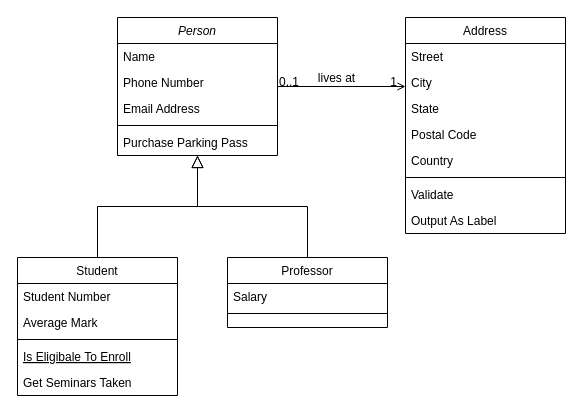
This is material/class_diagram.drawio from RuhollahSeka/TA_System, a draw.io file, before an edit. Source tidied: cells renumbered, new cells numbered last; positions are measured from the earlier drawing's top-left corner, leaving out a move shared by most shapes. Both pictures are drawn from the tidied source at 100%, with x=0, y=0 at pixel (17, 17).
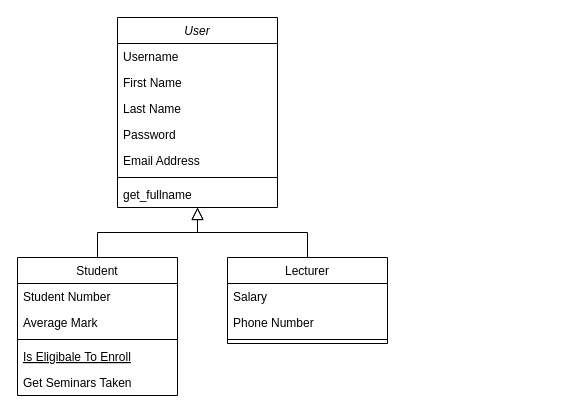
Above is the later version.

What changed in the source:
```diff
@@
-    <mxCell id="2" value="Person" style="swimlane;fontStyle=2;align=center;verticalAlign=top;horizontal=1;startSize=26;rounded=0;shadow=0;strokeWidth=1;" parent="1" vertex="1">
-      <mxGeometry x="100" width="160" height="138" as="geometry" />
+    <mxCell id="2" value="User" style="swimlane;fontStyle=2;align=center;verticalAlign=top;horizontal=1;startSize=26;rounded=0;shadow=0;strokeWidth=1;" parent="1" vertex="1">
+      <mxGeometry x="100" width="160" height="190" as="geometry" />
     </mxCell>
+    <mxCell id="32" value="Username" style="text;align=left;verticalAlign=top;spacingLeft=4;spacingRight=4;overflow=hidden;" parent="2" vertex="1">
+      <mxGeometry y="26" width="160" height="26" as="geometry" />
+    </mxCell>
-    <mxCell id="3" value="Name" style="text;align=left;verticalAlign=top;spacingLeft=4;spacingRight=4;overflow=hidden;" parent="2" vertex="1">
-      <mxGeometry y="26" width="160" height="26" as="geometry" />
+    <mxCell id="3" value="First Name" style="text;align=left;verticalAlign=top;spacingLeft=4;spacingRight=4;overflow=hidden;" parent="2" vertex="1">
+      <mxGeometry y="52" width="160" height="26" as="geometry" />
     </mxCell>
-    <mxCell id="4" value="Phone Number" style="text;align=left;verticalAlign=top;spacingLeft=4;spacingRight=4;overflow=hidden;rounded=0;shadow=0;html=0;" parent="2" vertex="1">
-      <mxGeometry y="52" width="160" height="26" as="geometry" />
-    </mxCell>
+    <mxCell id="33" value="Last Name" style="text;align=left;verticalAlign=top;spacingLeft=4;spacingRight=4;overflow=hidden;" parent="2" vertex="1">
+      <mxGeometry y="78" width="160" height="26" as="geometry" />
+    </mxCell>
+    <mxCell id="34" value="Password" style="text;align=left;verticalAlign=top;spacingLeft=4;spacingRight=4;overflow=hidden;rounded=0;shadow=0;html=0;" parent="2" vertex="1">
+      <mxGeometry y="104" width="160" height="26" as="geometry" />
+    </mxCell>
     <mxCell id="5" value="Email Address" style="text;align=left;verticalAlign=top;spacingLeft=4;spacingRight=4;overflow=hidden;rounded=0;shadow=0;html=0;" parent="2" vertex="1">
-      <mxGeometry y="78" width="160" height="26" as="geometry" />
+      <mxGeometry y="130" width="160" height="26" as="geometry" />
     </mxCell>
     <mxCell id="6" style="line;html=1;strokeWidth=1;align=left;verticalAlign=middle;spacingTop=-1;spacingLeft=3;spacingRight=3;labelPosition=right;" parent="2" vertex="1">
-      <mxGeometry y="104" width="160" height="8" as="geometry" />
+      <mxGeometry y="156" width="160" height="8" as="geometry" />
     </mxCell>
-    <mxCell id="7" value="Purchase Parking Pass" style="text;align=left;verticalAlign=top;spacingLeft=4;spacingRight=4;overflow=hidden;" parent="2" vertex="1">
-      <mxGeometry y="112" width="160" height="26" as="geometry" />
+    <mxCell id="7" value="get_fullname" style="text;align=left;verticalAlign=top;spacingLeft=4;spacingRight=4;overflow=hidden;" parent="2" vertex="1">
+      <mxGeometry y="164" width="160" height="26" as="geometry" />
     </mxCell>
@@
-    <mxCell id="15" value="Professor" style="swimlane;fontStyle=0;align=center;verticalAlign=top;horizontal=1;startSize=26;rounded=0;shadow=0;strokeWidth=1;" parent="1" vertex="1">
-      <mxGeometry x="210" y="240" width="160" height="70" as="geometry" />
+    <mxCell id="15" value="Lecturer" style="swimlane;fontStyle=0;align=center;verticalAlign=top;horizontal=1;startSize=26;rounded=0;shadow=0;strokeWidth=1;" parent="1" vertex="1">
+      <mxGeometry x="210" y="240" width="160" height="86" as="geometry" />
     </mxCell>
@@
+    <mxCell id="4" value="Phone Number" style="text;align=left;verticalAlign=top;spacingLeft=4;spacingRight=4;overflow=hidden;rounded=0;shadow=0;html=0;" parent="15" vertex="1">
+      <mxGeometry y="52" width="160" height="26" as="geometry" />
+    </mxCell>
     <mxCell id="17" style="line;html=1;strokeWidth=1;align=left;verticalAlign=middle;spacingTop=-1;spacingLeft=3;spacingRight=3;labelPosition=right;" parent="15" vertex="1">
-      <mxGeometry y="52" width="160" height="8" as="geometry" />
+      <mxGeometry y="78" width="160" height="8" as="geometry" />
     </mxCell>
@@
-    <mxCell id="19" value="Address" style="swimlane;fontStyle=0;align=center;verticalAlign=top;horizontal=1;startSize=26;rounded=0;shadow=0;strokeWidth=1;" parent="1" vertex="1">
-      <mxGeometry x="388" width="160" height="216" as="geometry" />
-    </mxCell>
-    <mxCell id="20" value="Street" style="text;align=left;verticalAlign=top;spacingLeft=4;spacingRight=4;overflow=hidden;" parent="19" vertex="1">
-      <mxGeometry y="26" width="160" height="26" as="geometry" />
-    </mxCell>
-    <mxCell id="21" value="City" style="text;align=left;verticalAlign=top;spacingLeft=4;spacingRight=4;overflow=hidden;rounded=0;shadow=0;html=0;" parent="19" vertex="1">
-      <mxGeometry y="52" width="160" height="26" as="geometry" />
-    </mxCell>
-    <mxCell id="22" value="State" style="text;align=left;verticalAlign=top;spacingLeft=4;spacingRight=4;overflow=hidden;rounded=0;shadow=0;html=0;" parent="19" vertex="1">
-      <mxGeometry y="78" width="160" height="26" as="geometry" />
-    </mxCell>
-    <mxCell id="23" value="Postal Code" style="text;align=left;verticalAlign=top;spacingLeft=4;spacingRight=4;overflow=hidden;rounded=0;shadow=0;html=0;" parent="19" vertex="1">
-      <mxGeometry y="104" width="160" height="26" as="geometry" />
-    </mxCell>
-    <mxCell id="24" value="Country" style="text;align=left;verticalAlign=top;spacingLeft=4;spacingRight=4;overflow=hidden;rounded=0;shadow=0;html=0;" parent="19" vertex="1">
-      <mxGeometry y="130" width="160" height="26" as="geometry" />
-    </mxCell>
-    <mxCell id="25" style="line;html=1;strokeWidth=1;align=left;verticalAlign=middle;spacingTop=-1;spacingLeft=3;spacingRight=3;labelPosition=right;" parent="19" vertex="1">
-      <mxGeometry y="156" width="160" height="8" as="geometry" />
-    </mxCell>
-    <mxCell id="26" value="Validate" style="text;align=left;verticalAlign=top;spacingLeft=4;spacingRight=4;overflow=hidden;" parent="19" vertex="1">
-      <mxGeometry y="164" width="160" height="26" as="geometry" />
-    </mxCell>
-    <mxCell id="27" value="Output As Label" style="text;align=left;verticalAlign=top;spacingLeft=4;spacingRight=4;overflow=hidden;" parent="19" vertex="1">
-      <mxGeometry y="190" width="160" height="26" as="geometry" />
-    </mxCell>
-    <mxCell id="28" style="endArrow=open;shadow=0;strokeWidth=1;rounded=0;endFill=1;edgeStyle=elbowEdgeStyle;elbow=vertical;" parent="1" edge="1" source="2" target="19">
-      <mxGeometry x="0.5" y="41" relative="1" as="geometry">
-        <mxPoint x="-40" y="32" as="offset" />
-      </mxGeometry>
-    </mxCell>
-    <mxCell id="29" value="0..1" style="align=left;verticalAlign=bottom;labelBackgroundColor=none;fontSize=12;" parent="28" vertex="1">
-      <mxGeometry x="-1" relative="1" as="geometry">
-        <mxPoint y="4" as="offset" />
-      </mxGeometry>
-    </mxCell>
-    <mxCell id="30" value="1" style="align=right;verticalAlign=bottom;labelBackgroundColor=none;fontSize=12;" parent="28" vertex="1">
-      <mxGeometry x="1" relative="1" as="geometry">
-        <mxPoint x="-7" y="4" as="offset" />
-      </mxGeometry>
-    </mxCell>
-    <mxCell id="31" value="lives at" style="text;html=1;align=center;verticalAlign=middle;labelBackgroundColor=none;rounded=0;shadow=0;strokeWidth=1;fontSize=12;" parent="28" vertex="1">
-      <mxGeometry x="0.5" y="49" relative="1" as="geometry">
-        <mxPoint x="-38" y="40" as="offset" />
-      </mxGeometry>
-    </mxCell>
```
